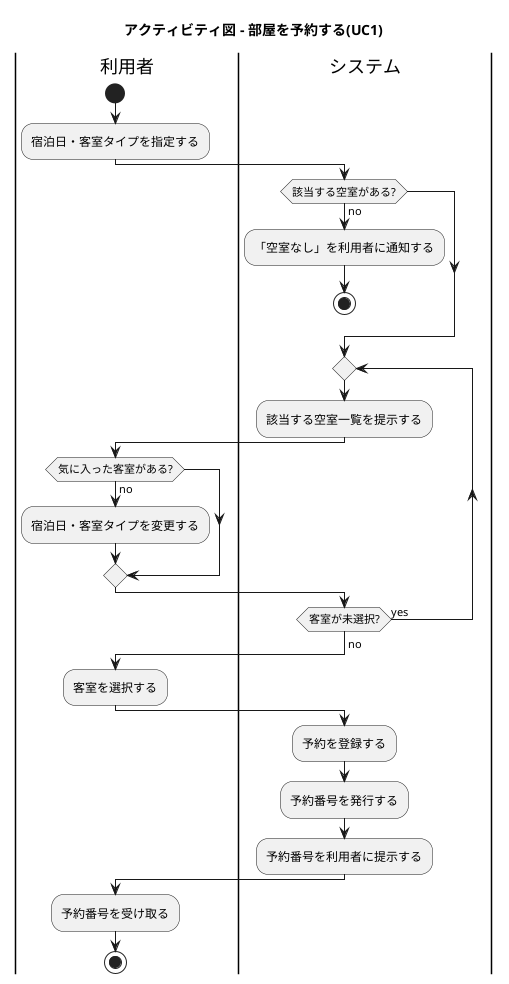
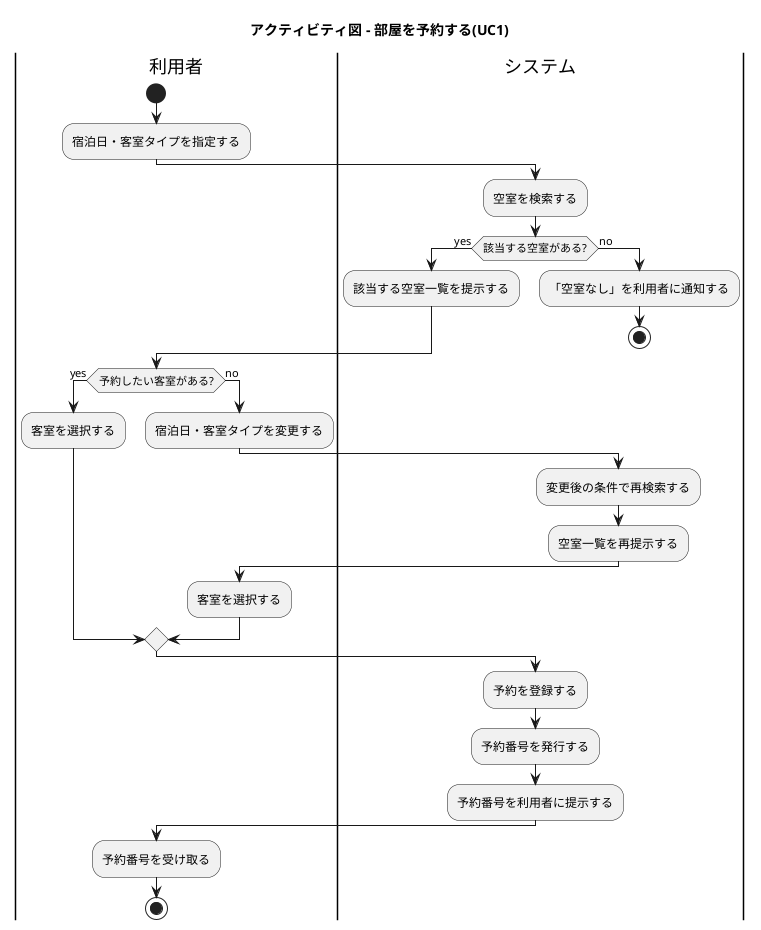
@startuml activity_diagram_reserve
title アクティビティ図 - 部屋を予約する(UC1)

|利用者|
start
:宿泊日・客室タイプを指定する;
|システム|
- if (該当する空室がある?) then (no)
+ :空室を検索する;
+ if (該当する空室がある?) then (yes)
+   :該当する空室一覧を提示する;
+ else (no)
  :「空室なし」を利用者に通知する;
  stop
endif
- repeat
-   :該当する空室一覧を提示する;
+ 
+ |利用者|
+ if (予約したい客室がある?) then (yes)
+   :客室を選択する;
+ else (no)
+   :宿泊日・客室タイプを変更する;
+   |システム|
+   :変更後の条件で再検索する;
+   :空室一覧を再提示する;
  |利用者|
-   if (気に入った客室がある?) then (no)
-     :宿泊日・客室タイプを変更する;
-   endif
-   |システム|
- repeat while (客室が未選択?) is (yes)
- ->no;
- |利用者|
- :客室を選択する;
+   :客室を選択する;
+ endif
+ 
|システム|
:予約を登録する;
:予約番号を発行する;
:予約番号を利用者に提示する;
|利用者|
:予約番号を受け取る;
stop

@enduml
